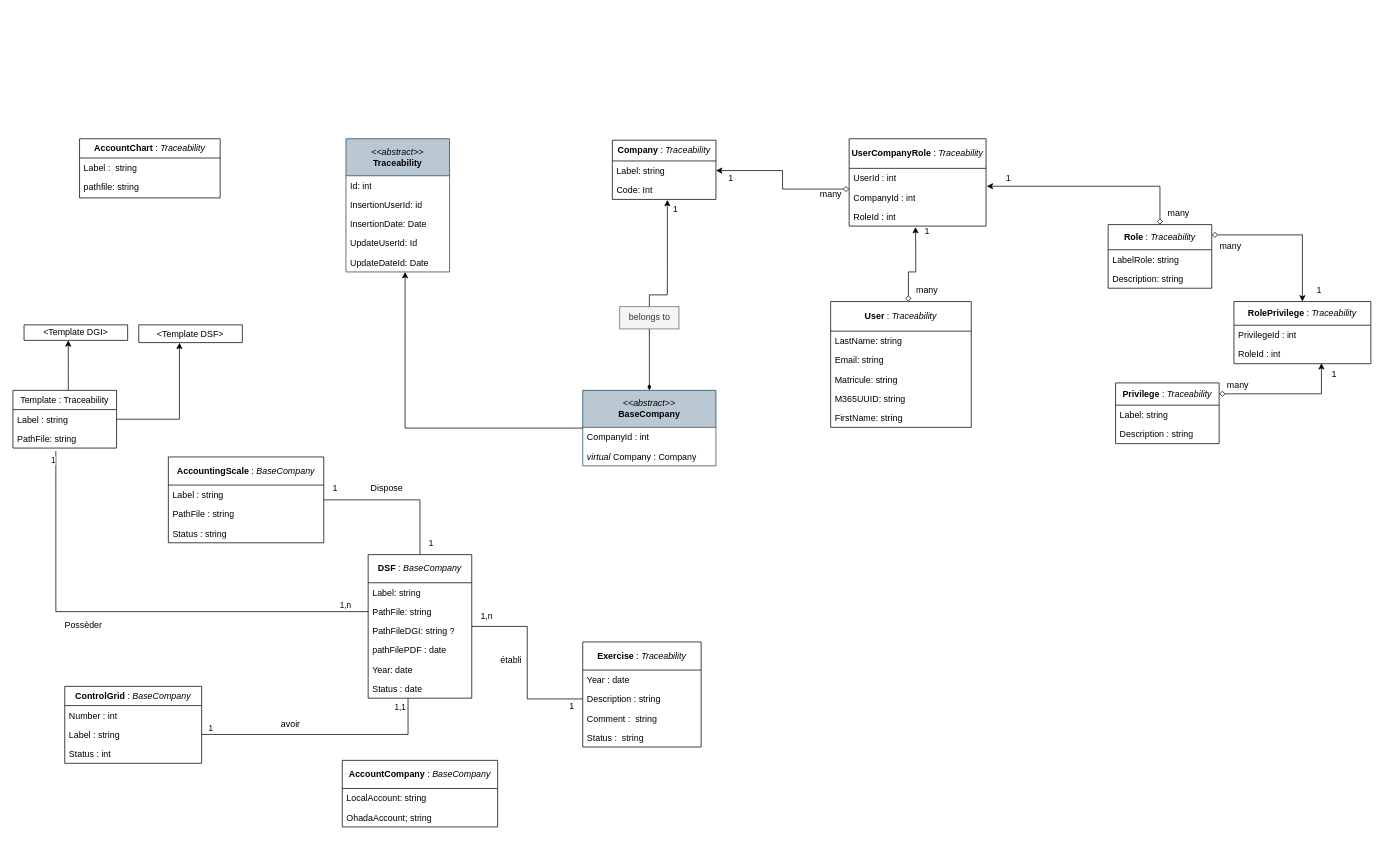
Above: page "Diagramme_classe" (1 of 5) of Conception_DSF.drawio in Michelle-Ngami/Conception_DSF (draw.io), before the change. Source tidied: cells renumbered, new cells numbered last; positions are measured from the earlier drawing's top-left corner, leaving out a move shared by most shapes. Both pictures are drawn from the tidied source at 74%, with x=0, y=0 at pixel (13, 138).
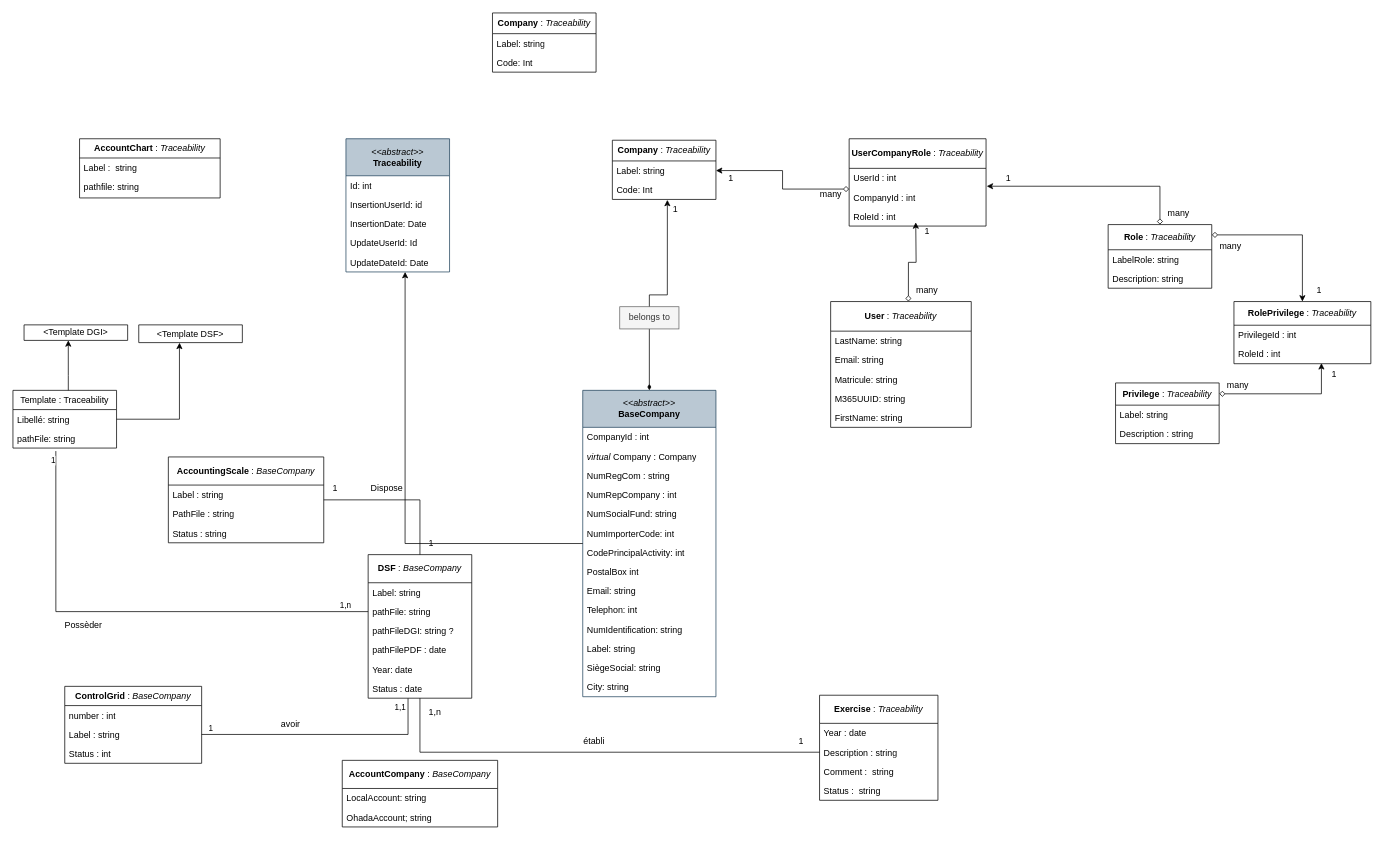
The same page after the edit.

Commit message:
Mettre à jour Conception_DSF2.0.drawio

The change refers to these unchanged cells:
```xml
<mxCell id="2" value="&lt;b&gt;User&lt;/b&gt; : &lt;i&gt;Traceability&lt;/i&gt;" style="swimlane;fontStyle=0;horizontal=1;startSize=40;fillColor=none;whiteSpace=wrap;html=1;" parent="1" vertex="1">
  <mxGeometry x="1105" y="220" width="190" height="170" as="geometry" />
</mxCell>
<mxCell id="18" value="&lt;b&gt;DSF &lt;/b&gt;: &lt;i&gt;BaseCompany&lt;/i&gt;" style="swimlane;fontStyle=0;horizontal=1;startSize=38;fillColor=none;whiteSpace=wrap;html=1;" parent="1" vertex="1">
  <mxGeometry x="480" y="562" width="140" height="194" as="geometry" />
</mxCell>
<mxCell id="33" value="Template : Traceability" style="swimlane;fontStyle=0;horizontal=1;startSize=26;fillColor=none;whiteSpace=wrap;html=1;" parent="1" vertex="1">
  <mxGeometry y="340" width="140" height="78" as="geometry" />
</mxCell>
<mxCell id="36" value="&lt;b&gt;ControlGrid&amp;nbsp;&lt;/b&gt;: &lt;i&gt;BaseCompany&lt;/i&gt;" style="swimlane;fontStyle=0;horizontal=1;startSize=26;fillColor=none;whiteSpace=wrap;html=1;" parent="1" vertex="1">
  <mxGeometry x="70" y="740" width="185" height="104" as="geometry" />
</mxCell>
<mxCell id="72" value="1" style="text;html=1;align=center;verticalAlign=middle;points=[];strokeColor=none;fillColor=none;" parent="1" vertex="1">
  <mxGeometry x="1220" y="110" width="30" height="30" as="geometry" />
</mxCell>
```

Change to the diagram source:
```diff
@@
-    <mxCell id="20" value="PathFile: string" style="text;strokeColor=none;fillColor=none;align=left;verticalAlign=top;spacingLeft=4;spacingRight=4;overflow=hidden;points=[[0,0.5],[1,0.5]];portConstraint=eastwest;whiteSpace=wrap;html=1;" parent="18" vertex="1">
+    <mxCell id="20" value="pathFile: string" style="text;strokeColor=none;fillColor=none;align=left;verticalAlign=top;spacingLeft=4;spacingRight=4;overflow=hidden;points=[[0,0.5],[1,0.5]];portConstraint=eastwest;whiteSpace=wrap;html=1;" parent="18" vertex="1">
       <mxGeometry y="64" width="140" height="26" as="geometry" />
     </mxCell>
-    <mxCell id="21" value="PathFileDGI: string ?" style="text;strokeColor=none;fillColor=none;align=left;verticalAlign=top;spacingLeft=4;spacingRight=4;overflow=hidden;whiteSpace=wrap;html=1;" parent="18" vertex="1">
+    <mxCell id="21" value="pathFileDGI: string ?" style="text;strokeColor=none;fillColor=none;align=left;verticalAlign=top;spacingLeft=4;spacingRight=4;overflow=hidden;whiteSpace=wrap;html=1;" parent="18" vertex="1">
       <mxGeometry y="90" width="140" height="26" as="geometry" />
     </mxCell>
@@
-    <mxCell id="34" value="Label : string" style="text;strokeColor=none;fillColor=none;align=left;verticalAlign=top;spacingLeft=4;spacingRight=4;overflow=hidden;whiteSpace=wrap;html=1;" parent="33" vertex="1">
+    <mxCell id="34" value="Libellé: string" style="text;strokeColor=none;fillColor=none;align=left;verticalAlign=top;spacingLeft=4;spacingRight=4;overflow=hidden;whiteSpace=wrap;html=1;" parent="33" vertex="1">
       <mxGeometry y="26" width="140" height="26" as="geometry" />
     </mxCell>
-    <mxCell id="35" value="PathFile: string" style="text;strokeColor=none;fillColor=none;align=left;verticalAlign=top;spacingLeft=4;spacingRight=4;overflow=hidden;points=[[0,0.5],[1,0.5]];portConstraint=eastwest;whiteSpace=wrap;html=1;" parent="33" vertex="1">
+    <mxCell id="35" value="pathFile: string" style="text;strokeColor=none;fillColor=none;align=left;verticalAlign=top;spacingLeft=4;spacingRight=4;overflow=hidden;points=[[0,0.5],[1,0.5]];portConstraint=eastwest;whiteSpace=wrap;html=1;" parent="33" vertex="1">
       <mxGeometry y="52" width="140" height="26" as="geometry" />
     </mxCell>
@@
-    <mxCell id="37" value="Number : int" style="text;strokeColor=none;fillColor=none;align=left;verticalAlign=top;spacingLeft=4;spacingRight=4;overflow=hidden;whiteSpace=wrap;html=1;" parent="36" vertex="1">
+    <mxCell id="37" value="number : int" style="text;strokeColor=none;fillColor=none;align=left;verticalAlign=top;spacingLeft=4;spacingRight=4;overflow=hidden;whiteSpace=wrap;html=1;" parent="36" vertex="1">
       <mxGeometry y="26" width="185" height="26" as="geometry" />
     </mxCell>
@@
     <mxCell id="60" value="&lt;div&gt;&lt;i&gt;&amp;lt;&amp;lt;abstract&amp;gt;&amp;gt;&lt;/i&gt;&lt;br&gt;&lt;/div&gt;&lt;b&gt;BaseCompany&lt;/b&gt;" style="swimlane;fontStyle=0;horizontal=1;startSize=50;fillColor=#bac8d3;whiteSpace=wrap;html=1;strokeColor=#23445d;" parent="1" vertex="1">
-      <mxGeometry x="770" y="340" width="180" height="102" as="geometry" />
+      <mxGeometry x="770" y="340" width="180" height="414" as="geometry" />
     </mxCell>
@@
+    <mxCell id="101" value="NumRegCom : string" style="text;strokeColor=none;fillColor=none;align=left;verticalAlign=top;spacingLeft=4;spacingRight=4;overflow=hidden;whiteSpace=wrap;html=1;" parent="60" vertex="1">
+      <mxGeometry y="102" width="180" height="26" as="geometry" />
+    </mxCell>
+    <mxCell id="102" value="NumRepCompany : int" style="text;strokeColor=none;fillColor=none;align=left;verticalAlign=top;spacingLeft=4;spacingRight=4;overflow=hidden;whiteSpace=wrap;html=1;" parent="60" vertex="1">
+      <mxGeometry y="128" width="180" height="26" as="geometry" />
+    </mxCell>
+    <mxCell id="103" value="NumSocialFund: string" style="text;strokeColor=none;fillColor=none;align=left;verticalAlign=top;spacingLeft=4;spacingRight=4;overflow=hidden;whiteSpace=wrap;html=1;" parent="60" vertex="1">
+      <mxGeometry y="154" width="180" height="26" as="geometry" />
+    </mxCell>
+    <mxCell id="104" value="NumImporterCode: int" style="text;strokeColor=none;fillColor=none;align=left;verticalAlign=top;spacingLeft=4;spacingRight=4;overflow=hidden;whiteSpace=wrap;html=1;" parent="60" vertex="1">
+      <mxGeometry y="180" width="180" height="26" as="geometry" />
+    </mxCell>
+    <mxCell id="105" value="CodePrincipalActivity: int" style="text;strokeColor=none;fillColor=none;align=left;verticalAlign=top;spacingLeft=4;spacingRight=4;overflow=hidden;whiteSpace=wrap;html=1;" parent="60" vertex="1">
+      <mxGeometry y="206" width="180" height="26" as="geometry" />
+    </mxCell>
+    <mxCell id="106" value="PostalBox int" style="text;strokeColor=none;fillColor=none;align=left;verticalAlign=top;spacingLeft=4;spacingRight=4;overflow=hidden;whiteSpace=wrap;html=1;" parent="60" vertex="1">
+      <mxGeometry y="232" width="180" height="26" as="geometry" />
+    </mxCell>
+    <mxCell id="107" value="Email: string" style="text;strokeColor=none;fillColor=none;align=left;verticalAlign=top;spacingLeft=4;spacingRight=4;overflow=hidden;whiteSpace=wrap;html=1;" parent="60" vertex="1">
+      <mxGeometry y="258" width="180" height="26" as="geometry" />
+    </mxCell>
+    <mxCell id="108" value="Telephon: int" style="text;strokeColor=none;fillColor=none;align=left;verticalAlign=top;spacingLeft=4;spacingRight=4;overflow=hidden;whiteSpace=wrap;html=1;" parent="60" vertex="1">
+      <mxGeometry y="284" width="180" height="26" as="geometry" />
+    </mxCell>
+    <mxCell id="109" value="NumIdentification: string" style="text;strokeColor=none;fillColor=none;align=left;verticalAlign=top;spacingLeft=4;spacingRight=4;overflow=hidden;whiteSpace=wrap;html=1;" parent="60" vertex="1">
+      <mxGeometry y="310" width="180" height="26" as="geometry" />
+    </mxCell>
+    <mxCell id="110" value="Label: string" style="text;strokeColor=none;fillColor=none;align=left;verticalAlign=top;spacingLeft=4;spacingRight=4;overflow=hidden;whiteSpace=wrap;html=1;" parent="60" vertex="1">
+      <mxGeometry y="336" width="180" height="26" as="geometry" />
+    </mxCell>
+    <mxCell id="111" value="SiègeSocial: string" style="text;strokeColor=none;fillColor=none;align=left;verticalAlign=top;spacingLeft=4;spacingRight=4;overflow=hidden;whiteSpace=wrap;html=1;" parent="60" vertex="1">
+      <mxGeometry y="362" width="180" height="26" as="geometry" />
+    </mxCell>
+    <mxCell id="112" value="City: string" style="text;strokeColor=none;fillColor=none;align=left;verticalAlign=top;spacingLeft=4;spacingRight=4;overflow=hidden;whiteSpace=wrap;html=1;" parent="60" vertex="1">
+      <mxGeometry y="388" width="180" height="26" as="geometry" />
+    </mxCell>
@@
-    <mxCell id="70" style="edgeStyle=orthogonalEdgeStyle;rounded=0;jettySize=auto;html=1;entryX=-0.012;entryY=0.31;entryDx=0;entryDy=0;startArrow=diamond;startFill=0;exitX=0.553;exitY=0;exitDx=0;exitDy=0;exitPerimeter=0;entryPerimeter=0;" parent="1" edge="1" source="2" target="72">
+    <mxCell id="70" style="edgeStyle=orthogonalEdgeStyle;rounded=0;jettySize=auto;html=1;entryX=1;entryY=0.5;entryDx=0;entryDy=0;startArrow=diamond;startFill=0;exitX=0.553;exitY=0;exitDx=0;exitDy=0;exitPerimeter=0;" parent="1" edge="1" source="2">
       <mxGeometry relative="1" as="geometry">
-        <Array as="points">
-          <mxPoint x="1210" y="180" />
-          <mxPoint x="1220" y="180" />
-          <mxPoint x="1220" y="150" />
-          <mxPoint x="1220" y="150" />
-        </Array>
+        <mxPoint x="1220" y="113" as="targetPoint" />
       </mxGeometry>
     </mxCell>
@@
     <mxCell id="85" value="&lt;b&gt;Exercise&amp;nbsp;&lt;/b&gt;: &lt;i&gt;Traceability&lt;/i&gt;" style="swimlane;fontStyle=0;horizontal=1;startSize=38;fillColor=none;whiteSpace=wrap;html=1;" parent="1" vertex="1">
-      <mxGeometry x="770" y="680" width="160" height="142" as="geometry" />
+      <mxGeometry x="1090" y="752" width="160" height="142" as="geometry" />
     </mxCell>
@@
     <mxCell id="90" value="1" style="text;html=1;align=center;verticalAlign=middle;strokeColor=none;fillColor=none;" parent="1" vertex="1">
-      <mxGeometry x="740" y="752" width="30" height="30" as="geometry" />
+      <mxGeometry x="1050" y="800" width="30" height="30" as="geometry" />
     </mxCell>
     <mxCell id="91" value="1,n" style="text;html=1;align=center;verticalAlign=middle;strokeColor=none;fillColor=none;" parent="1" vertex="1">
-      <mxGeometry x="620" y="630" width="40" height="30" as="geometry" />
+      <mxGeometry x="550" y="760" width="40" height="30" as="geometry" />
     </mxCell>
     <mxCell id="92" value="établi" style="text;html=1;align=center;verticalAlign=middle;strokeColor=none;fillColor=none;" parent="1" vertex="1">
-      <mxGeometry x="648" y="690" width="50" height="30" as="geometry" />
+      <mxGeometry x="760" y="800" width="50" height="30" as="geometry" />
     </mxCell>
@@
+    <mxCell id="113" value="&lt;b&gt;Company &lt;/b&gt;: &lt;i&gt;Traceability&lt;/i&gt;" style="swimlane;fontStyle=0;horizontal=1;startSize=28;fillColor=none;whiteSpace=wrap;html=1;" parent="1" vertex="1">
+      <mxGeometry x="648" y="-170" width="140" height="80" as="geometry" />
+    </mxCell>
+    <mxCell id="114" value="Label: string" style="text;strokeColor=none;fillColor=none;align=left;verticalAlign=top;spacingLeft=4;spacingRight=4;overflow=hidden;whiteSpace=wrap;html=1;" parent="113" vertex="1">
+      <mxGeometry y="28" width="140" height="26" as="geometry" />
+    </mxCell>
+    <mxCell id="115" value="Code: Int" style="text;strokeColor=none;fillColor=none;align=left;verticalAlign=top;spacingLeft=4;spacingRight=4;overflow=hidden;whiteSpace=wrap;html=1;" parent="113" vertex="1">
+      <mxGeometry y="54" width="140" height="26" as="geometry" />
+    </mxCell>
```
